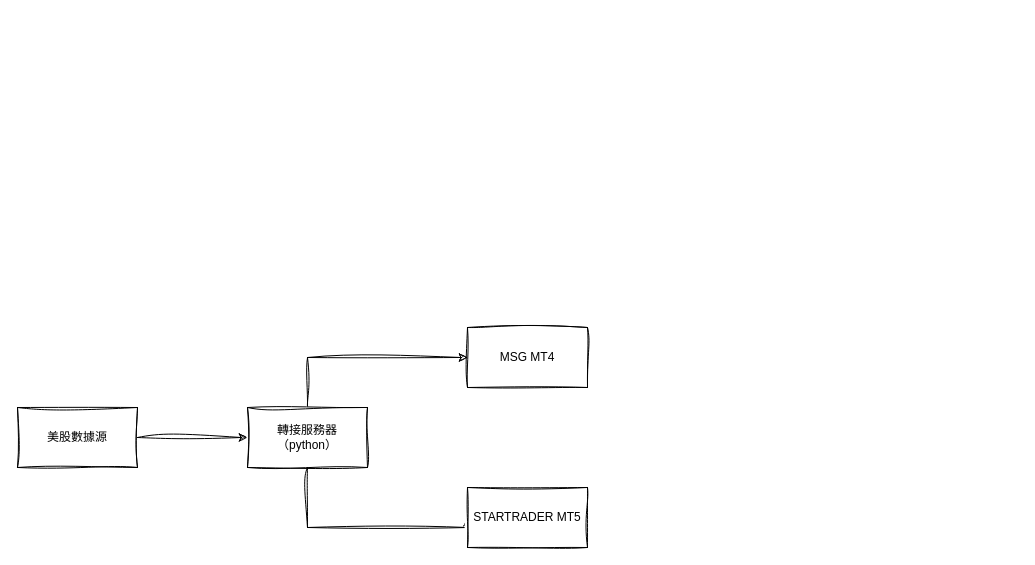
The draw.io diagram USFEED.drawio in MichaelLam888/Draw.io, before the edit. Source tidied: cells renumbered, new cells numbered last; positions are measured from the earlier drawing's top-left corner, leaving out a move shared by most shapes. Both pictures are drawn from the tidied source at 100%, with x=0, y=0 at pixel (17, 327).
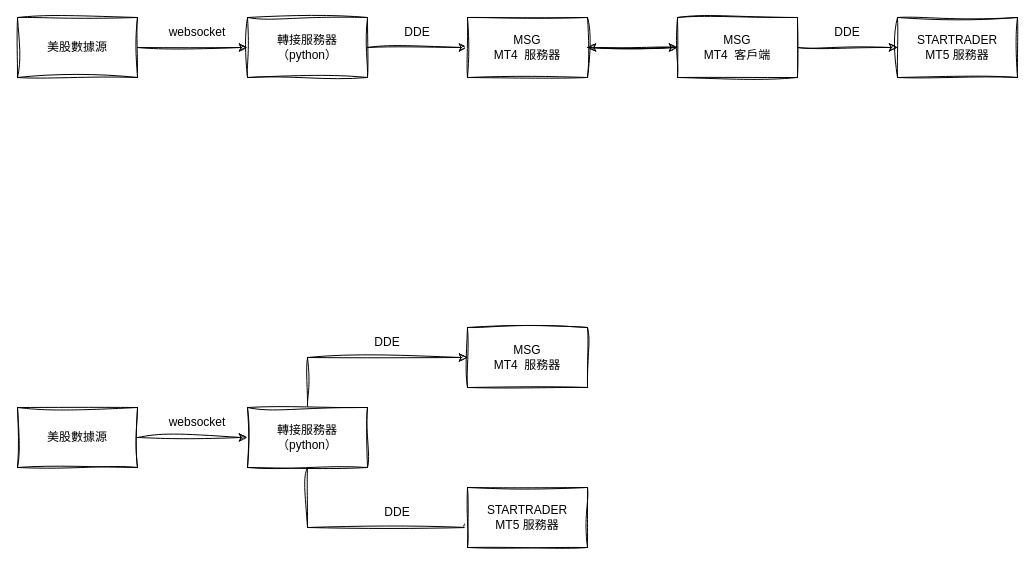
The same diagram, later.

The edit, as a diff of the source:
```diff
@@
-    <mxCell id="7" value="MSG MT4" style="rounded=0;whiteSpace=wrap;html=1;sketch=1;hachureGap=4;jiggle=2;curveFitting=1;" parent="1" vertex="1">
+    <mxCell id="7" value="MSG &lt;br&gt;MT4&amp;nbsp; 服務器" style="rounded=0;whiteSpace=wrap;html=1;sketch=1;hachureGap=4;jiggle=2;curveFitting=1;" parent="1" vertex="1">
       <mxGeometry x="450" width="120" height="60" as="geometry" />
     </mxCell>
-    <mxCell id="8" value="STARTRADER MT5" style="rounded=0;whiteSpace=wrap;html=1;sketch=1;hachureGap=4;jiggle=2;curveFitting=1;" parent="1" vertex="1">
+    <mxCell id="8" value="STARTRADER &lt;br&gt;MT5 服務器" style="rounded=0;whiteSpace=wrap;html=1;sketch=1;hachureGap=4;jiggle=2;curveFitting=1;" parent="1" vertex="1">
       <mxGeometry x="450" y="160" width="120" height="60" as="geometry" />
     </mxCell>
+    <mxCell id="9" value="websocket" style="text;html=1;align=center;verticalAlign=middle;whiteSpace=wrap;rounded=0;" parent="1" vertex="1">
+      <mxGeometry x="150" y="80" width="60" height="30" as="geometry" />
+    </mxCell>
+    <mxCell id="10" value="DDE" style="text;html=1;align=center;verticalAlign=middle;whiteSpace=wrap;rounded=0;" parent="1" vertex="1">
+      <mxGeometry x="340" width="60" height="30" as="geometry" />
+    </mxCell>
+    <mxCell id="11" value="DDE" style="text;html=1;align=center;verticalAlign=middle;whiteSpace=wrap;rounded=0;" parent="1" vertex="1">
+      <mxGeometry x="350" y="170" width="60" height="30" as="geometry" />
+    </mxCell>
+    <mxCell id="12" style="edgeStyle=orthogonalEdgeStyle;rounded=0;sketch=1;hachureGap=4;jiggle=2;curveFitting=1;jettySize=auto;html=1;entryX=0;entryY=0.5;entryDx=0;entryDy=0;" parent="1" edge="1" source="13" target="15">
+      <mxGeometry relative="1" as="geometry" />
+    </mxCell>
+    <mxCell id="13" value="美股數據源" style="rounded=0;whiteSpace=wrap;html=1;sketch=1;hachureGap=4;jiggle=2;curveFitting=1;" parent="1" vertex="1">
+      <mxGeometry y="-310" width="120" height="60" as="geometry" />
+    </mxCell>
+    <mxCell id="14" style="edgeStyle=orthogonalEdgeStyle;rounded=0;sketch=1;hachureGap=4;jiggle=2;curveFitting=1;jettySize=auto;html=1;" parent="1" edge="1" source="15" target="17">
+      <mxGeometry relative="1" as="geometry" />
+    </mxCell>
+    <mxCell id="15" value="轉接服務器&lt;br&gt;（python）" style="rounded=0;whiteSpace=wrap;html=1;sketch=1;hachureGap=4;jiggle=2;curveFitting=1;" parent="1" vertex="1">
+      <mxGeometry x="230" y="-310" width="120" height="60" as="geometry" />
+    </mxCell>
+    <mxCell id="16" style="edgeStyle=orthogonalEdgeStyle;rounded=0;sketch=1;hachureGap=4;jiggle=2;curveFitting=1;jettySize=auto;html=1;" parent="1" edge="1" source="17">
+      <mxGeometry relative="1" as="geometry">
+        <mxPoint x="660" y="-280" as="targetPoint" />
+        <Array as="points">
+          <mxPoint x="650" y="-280" />
+          <mxPoint x="650" y="-280" />
+        </Array>
+      </mxGeometry>
+    </mxCell>
+    <mxCell id="17" value="MSG &lt;br&gt;MT4&amp;nbsp; 服務器" style="rounded=0;whiteSpace=wrap;html=1;sketch=1;hachureGap=4;jiggle=2;curveFitting=1;" parent="1" vertex="1">
+      <mxGeometry x="450" y="-310" width="120" height="60" as="geometry" />
+    </mxCell>
+    <mxCell id="18" style="edgeStyle=orthogonalEdgeStyle;rounded=0;sketch=1;hachureGap=4;jiggle=2;curveFitting=1;jettySize=auto;html=1;" parent="1" edge="1" source="20" target="17">
+      <mxGeometry relative="1" as="geometry" />
+    </mxCell>
+    <mxCell id="19" style="edgeStyle=orthogonalEdgeStyle;rounded=0;sketch=1;hachureGap=4;jiggle=2;curveFitting=1;jettySize=auto;html=1;" parent="1" edge="1" source="20" target="24">
+      <mxGeometry relative="1" as="geometry" />
+    </mxCell>
+    <mxCell id="20" value="MSG&lt;br style=&quot;border-color: var(--border-color);&quot;&gt;MT4&amp;nbsp; 客戶端" style="rounded=0;whiteSpace=wrap;html=1;sketch=1;hachureGap=4;jiggle=2;curveFitting=1;" parent="1" vertex="1">
+      <mxGeometry x="660" y="-310" width="120" height="60" as="geometry" />
+    </mxCell>
+    <mxCell id="21" value="websocket" style="text;html=1;align=center;verticalAlign=middle;whiteSpace=wrap;rounded=0;" parent="1" vertex="1">
+      <mxGeometry x="150" y="-310" width="60" height="30" as="geometry" />
+    </mxCell>
+    <mxCell id="22" value="DDE" style="text;html=1;align=center;verticalAlign=middle;whiteSpace=wrap;rounded=0;" parent="1" vertex="1">
+      <mxGeometry x="370" y="-310" width="60" height="30" as="geometry" />
+    </mxCell>
+    <mxCell id="23" value="DDE" style="text;html=1;align=center;verticalAlign=middle;whiteSpace=wrap;rounded=0;" parent="1" vertex="1">
+      <mxGeometry x="800" y="-310" width="60" height="30" as="geometry" />
+    </mxCell>
+    <mxCell id="24" value="STARTRADER&lt;br style=&quot;border-color: var(--border-color);&quot;&gt;MT5 服務器" style="rounded=0;whiteSpace=wrap;html=1;sketch=1;hachureGap=4;jiggle=2;curveFitting=1;" parent="1" vertex="1">
+      <mxGeometry x="880" y="-310" width="120" height="60" as="geometry" />
+    </mxCell>
```
